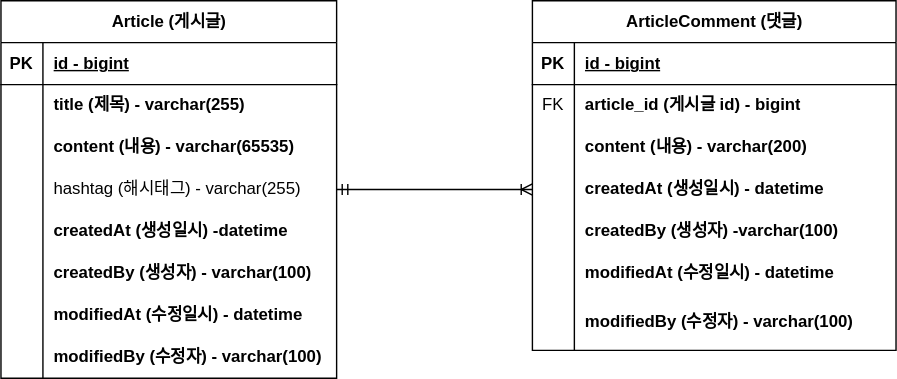
Before: document/project-board-erd.svg, a diagram exported from draw.io (leejongsuu/restAPI). Source tidied: cells renumbered, new cells last; positions are measured from the earlier drawing's top-left corner, leaving out a move shared by most shapes.
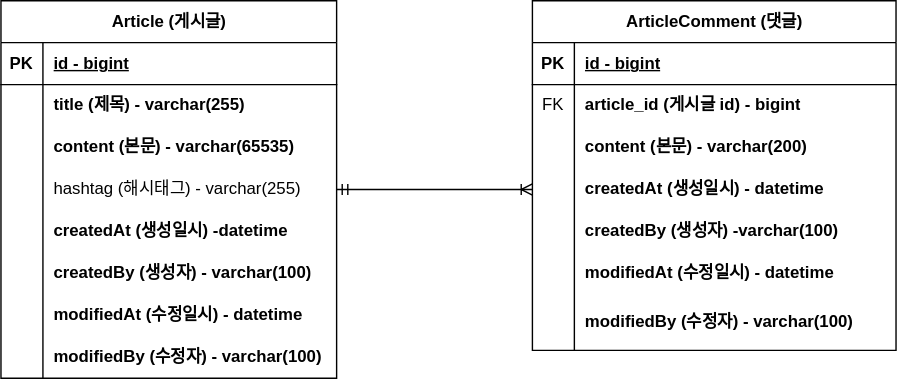
Above is the later version.

Commit message:
#9 - ERD 주석 업데이트

Change to the diagram source:
```diff
@@ -29,7 +29,7 @@
     <mxCell id="10" style="shape=partialRectangle;fillColor=none;top=0;left=0;bottom=0;right=0;overflow=hidden;whiteSpace=wrap;html=1;" parent="9" vertex="1">
       <mxGeometry width="30" height="30" as="geometry" />
     </mxCell>
-    <mxCell id="11" value="content (내용)&amp;nbsp;&lt;b&gt;- varchar(65535)&lt;/b&gt;" style="shape=partialRectangle;fillColor=none;top=0;left=0;bottom=0;right=0;align=left;spacingLeft=6;overflow=hidden;whiteSpace=wrap;html=1;fontStyle=1;" parent="9" vertex="1">
+    <mxCell id="11" value="content (본문)&amp;nbsp;&lt;b&gt;- varchar(65535)&lt;/b&gt;" style="shape=partialRectangle;fillColor=none;top=0;left=0;bottom=0;right=0;align=left;spacingLeft=6;overflow=hidden;whiteSpace=wrap;html=1;fontStyle=1;" parent="9" vertex="1">
       <mxGeometry x="30" width="210" height="30" as="geometry" />
     </mxCell>
     <mxCell id="12" style="shape=tableRow;horizontal=0;startSize=0;swimlaneHead=0;swimlaneBody=0;fillColor=none;points=[[0,0.5],[1,0.5]];portConstraint=eastwest;top=0;left=0;right=0;bottom=0;" parent="2" vertex="1">
@@ -104,7 +104,7 @@
     <mxCell id="35" style="shape=partialRectangle;fillColor=none;top=0;left=0;bottom=0;right=0;overflow=hidden;whiteSpace=wrap;html=1;" parent="34" vertex="1">
       <mxGeometry width="30" height="30" as="geometry" />
     </mxCell>
-    <mxCell id="36" value="content (내용) - varchar(200)" style="shape=partialRectangle;fillColor=none;top=0;left=0;bottom=0;right=0;align=left;spacingLeft=6;overflow=hidden;whiteSpace=wrap;html=1;fontStyle=1;" parent="34" vertex="1">
+    <mxCell id="36" value="content (본문) - varchar(200)" style="shape=partialRectangle;fillColor=none;top=0;left=0;bottom=0;right=0;align=left;spacingLeft=6;overflow=hidden;whiteSpace=wrap;html=1;fontStyle=1;" parent="34" vertex="1">
       <mxGeometry x="30" width="230" height="30" as="geometry" />
     </mxCell>
     <mxCell id="37" style="shape=tableRow;horizontal=0;startSize=0;swimlaneHead=0;swimlaneBody=0;fillColor=none;points=[[0,0.5],[1,0.5]];portConstraint=eastwest;top=0;left=0;right=0;bottom=0;" parent="27" vertex="1">
```
